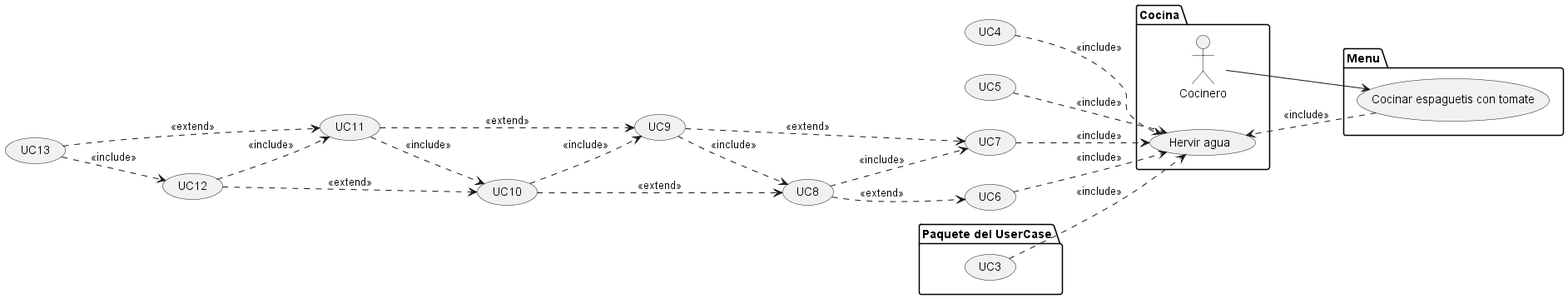
craboftw/TFG keeps this PlantUML diagram as cmake-build-debug/TFG/Diagrams/UseCaseDiagram.png. Above is the earlier version.
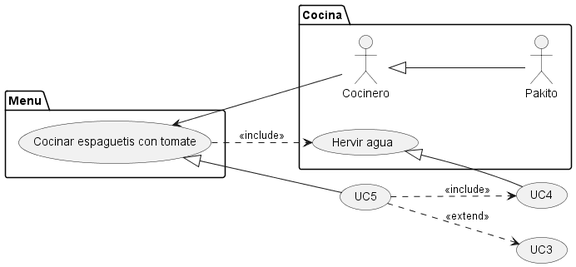
The same file after the commit.

Diff of the diagram source:
```diff
@@ -2,41 +2,20 @@
 left to right direction
 package "Cocina" {
 usecase "Hervir agua" as UC1
+actor "Pakito" as AC0
 actor "Cocinero" as AC1
 }
 package "Menu" {
 usecase "Cocinar espaguetis con tomate" as UC2
 }
-package "Paquete del UserCase" {
 usecase "UC3" as UC3
-}
-usecase "UC10" as UC10
-usecase "UC11" as UC11
-usecase "UC12" as UC12
-usecase "UC13" as UC13
 usecase "UC4" as UC4
 usecase "UC5" as UC5
-usecase "UC6" as UC6
-usecase "UC7" as UC7
-usecase "UC8" as UC8
-usecase "UC9" as UC9
-UC10 ..> UC9 : <<include>>
-UC10 ..> UC8 : <<extend>>
-UC11 ..> UC10 : <<include>>
-UC11 ..> UC9 : <<extend>>
-UC12 ..> UC11 : <<include>>
-UC12 ..> UC10 : <<extend>>
-UC13 ..> UC12 : <<include>>
-UC13 ..> UC11 : <<extend>>
 AC1 --> UC2
 UC2 ..> UC1 : <<include>>
-UC3 ..> UC1 : <<include>>
-UC4 ..> UC1 : <<include>>
-UC5 ..> UC1 : <<include>>
-UC6 ..> UC1 : <<include>>
-UC7 ..> UC1 : <<include>>
-UC8 ..> UC7 : <<include>>
-UC8 ..> UC6 : <<extend>>
-UC9 ..> UC8 : <<include>>
-UC9 ..> UC7 : <<extend>>
+UC1 <|-- UC4
+UC5 ..> UC4 : <<include>>
+UC5 ..> UC3 : <<extend>>
+UC2 <|-- UC5
+AC1 <|-- AC0
 @enduml
```
